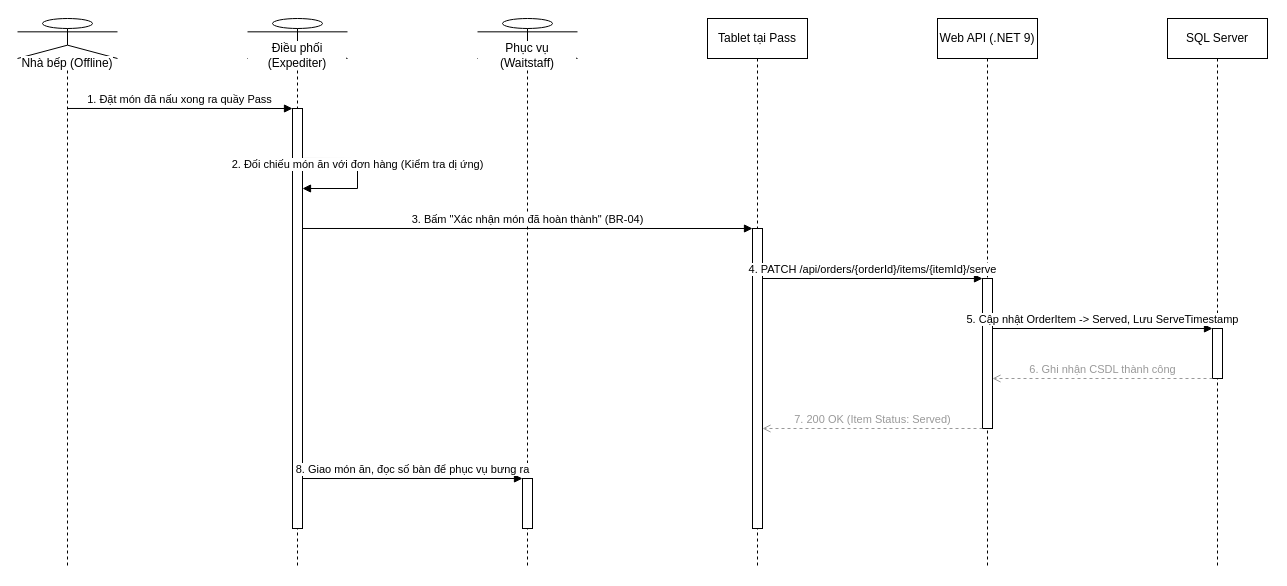
This is docs/phase1/drawio/sd03_serving_confirmation.drawio from AndrewQng/VinDining, a draw.io file, before an edit. Source tidied: cells renumbered, new cells numbered last; positions are measured from the earlier drawing's top-left corner, leaving out a move shared by most shapes. Both pictures are drawn from the tidied source at 100%, with x=0, y=0 at pixel (17, 18).
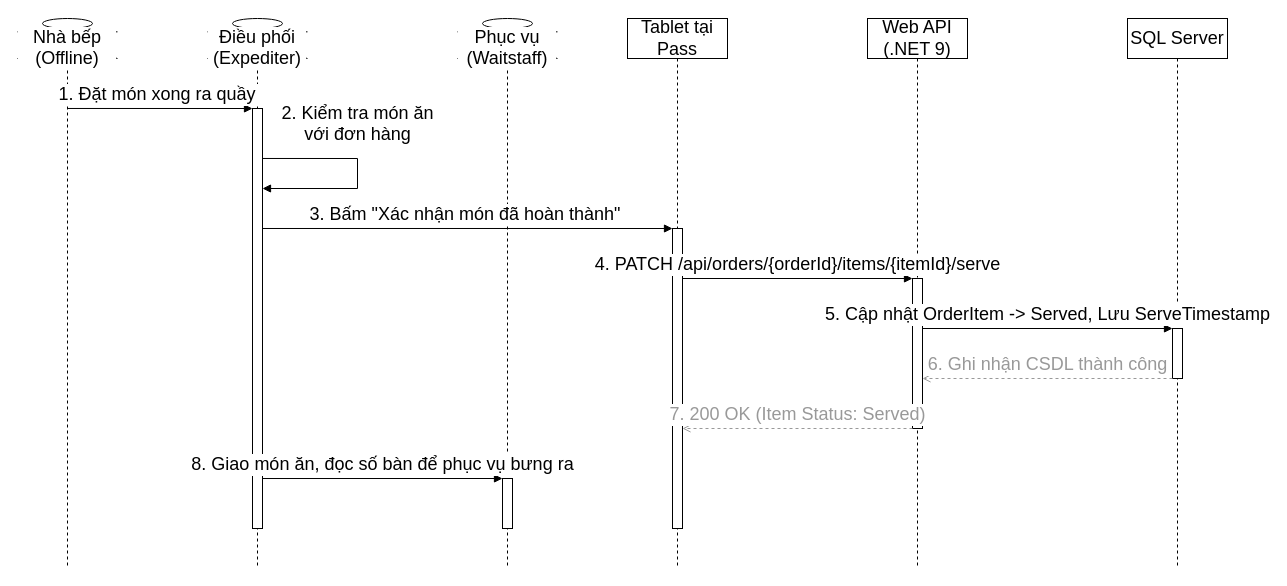
The same page after the edit.

What changed in the source:
```diff
@@
-    <mxCell id="2" value="Nhà bếp (Offline)" style="shape=umlLifeline;perimeter=lifelinePerimeter;whiteSpace=wrap;html=1;outlineConnect=0;portConstraint=eastwest;size=40;participant=umlActor;verticalAlign=bottom;spacingBottom=-14;labelBackgroundColor=#ffffff;" parent="1" vertex="1">
+    <mxCell id="2" value="Nhà bếp (Offline)" style="shape=umlLifeline;perimeter=lifelinePerimeter;whiteSpace=wrap;html=1;outlineConnect=0;portConstraint=eastwest;size=40;participant=umlActor;verticalAlign=bottom;spacingBottom=-14;labelBackgroundColor=#ffffff;fontSize=18;" parent="1" vertex="1">
       <mxGeometry width="100" height="550" as="geometry" />
     </mxCell>
-    <mxCell id="3" value="Điều phối (Expediter)" style="shape=umlLifeline;perimeter=lifelinePerimeter;whiteSpace=wrap;html=1;size=40;participant=umlActor;verticalAlign=bottom;spacingBottom=-14;labelBackgroundColor=#ffffff;" parent="1" vertex="1">
-      <mxGeometry x="230" width="100" height="550" as="geometry" />
+    <mxCell id="3" value="Điều phối (Expediter)" style="shape=umlLifeline;perimeter=lifelinePerimeter;whiteSpace=wrap;html=1;size=40;participant=umlActor;verticalAlign=bottom;spacingBottom=-14;labelBackgroundColor=#ffffff;fontSize=18;" parent="1" vertex="1">
+      <mxGeometry x="190" width="100" height="550" as="geometry" />
     </mxCell>
+    <mxCell id="10" style="html=1;points=[];perimeter=orthogonalPerimeter;outlineConnect=0;fillColor=#ffffff;fontSize=18;" parent="3" vertex="1">
+      <mxGeometry x="45" y="90" width="10" height="420" as="geometry" />
+    </mxCell>
-    <mxCell id="4" value="Phục vụ (Waitstaff)" style="shape=umlLifeline;perimeter=lifelinePerimeter;whiteSpace=wrap;html=1;size=40;participant=umlActor;verticalAlign=bottom;spacingBottom=-14;labelBackgroundColor=#ffffff;" parent="1" vertex="1">
-      <mxGeometry x="460" width="100" height="550" as="geometry" />
+    <mxCell id="4" value="Phục vụ (Waitstaff)" style="shape=umlLifeline;perimeter=lifelinePerimeter;whiteSpace=wrap;html=1;size=40;participant=umlActor;verticalAlign=bottom;spacingBottom=-14;labelBackgroundColor=#ffffff;fontSize=18;" parent="1" vertex="1">
+      <mxGeometry x="440" width="100" height="550" as="geometry" />
     </mxCell>
+    <mxCell id="12" style="html=1;points=[];perimeter=orthogonalPerimeter;outlineConnect=0;fillColor=#ffffff;fontSize=18;" parent="4" vertex="1">
+      <mxGeometry x="45" y="460" width="10" height="50" as="geometry" />
+    </mxCell>
-    <mxCell id="5" value="Tablet tại Pass" style="shape=umlLifeline;perimeter=lifelinePerimeter;whiteSpace=wrap;html=1;size=40;" parent="1" vertex="1">
-      <mxGeometry x="690" width="100" height="550" as="geometry" />
+    <mxCell id="5" value="Tablet tại Pass" style="shape=umlLifeline;perimeter=lifelinePerimeter;whiteSpace=wrap;html=1;size=40;fontSize=18;" parent="1" vertex="1">
+      <mxGeometry x="610" width="100" height="550" as="geometry" />
     </mxCell>
+    <mxCell id="11" style="html=1;points=[];perimeter=orthogonalPerimeter;outlineConnect=0;fillColor=#ffffff;fontSize=18;" parent="5" vertex="1">
+      <mxGeometry x="45" y="210" width="10" height="300" as="geometry" />
+    </mxCell>
-    <mxCell id="6" value="Web API (.NET 9)" style="shape=umlLifeline;perimeter=lifelinePerimeter;whiteSpace=wrap;html=1;size=40;" parent="1" vertex="1">
-      <mxGeometry x="920" width="100" height="550" as="geometry" />
+    <mxCell id="6" value="Web API (.NET 9)" style="shape=umlLifeline;perimeter=lifelinePerimeter;whiteSpace=wrap;html=1;size=40;fontSize=18;" parent="1" vertex="1">
+      <mxGeometry x="850" width="100" height="550" as="geometry" />
     </mxCell>
+    <mxCell id="9" style="html=1;points=[];perimeter=orthogonalPerimeter;outlineConnect=0;fillColor=#ffffff;fontSize=18;" parent="6" vertex="1">
+      <mxGeometry x="45" y="260" width="10" height="150" as="geometry" />
+    </mxCell>
-    <mxCell id="7" value="SQL Server" style="shape=umlLifeline;perimeter=lifelinePerimeter;whiteSpace=wrap;html=1;size=40;" parent="1" vertex="1">
-      <mxGeometry x="1150" width="100" height="550" as="geometry" />
+    <mxCell id="7" value="SQL Server" style="shape=umlLifeline;perimeter=lifelinePerimeter;whiteSpace=wrap;html=1;size=40;fontSize=18;" parent="1" vertex="1">
+      <mxGeometry x="1110" width="100" height="550" as="geometry" />
     </mxCell>
-    <mxCell id="8" style="html=1;points=[];perimeter=orthogonalPerimeter;outlineConnect=0;fillColor=#ffffff;" parent="7" vertex="1">
+    <mxCell id="8" style="html=1;points=[];perimeter=orthogonalPerimeter;outlineConnect=0;fillColor=#ffffff;fontSize=18;" parent="7" vertex="1">
       <mxGeometry x="45" y="310" width="10" height="50" as="geometry" />
     </mxCell>
-    <mxCell id="9" style="html=1;points=[];perimeter=orthogonalPerimeter;outlineConnect=0;fillColor=#ffffff;" parent="6" vertex="1">
-      <mxGeometry x="45" y="260" width="10" height="150" as="geometry" />
-    </mxCell>
-    <mxCell id="10" style="html=1;points=[];perimeter=orthogonalPerimeter;outlineConnect=0;fillColor=#ffffff;" parent="3" vertex="1">
-      <mxGeometry x="45" y="90" width="10" height="420" as="geometry" />
-    </mxCell>
-    <mxCell id="11" style="html=1;points=[];perimeter=orthogonalPerimeter;outlineConnect=0;fillColor=#ffffff;" parent="5" vertex="1">
-      <mxGeometry x="45" y="210" width="10" height="300" as="geometry" />
-    </mxCell>
-    <mxCell id="12" style="html=1;points=[];perimeter=orthogonalPerimeter;outlineConnect=0;fillColor=#ffffff;" parent="4" vertex="1">
-      <mxGeometry x="45" y="460" width="10" height="50" as="geometry" />
-    </mxCell>
-    <mxCell id="13" value="1. Đặt món đã nấu xong ra quầy Pass" style="html=1;verticalAlign=bottom;endArrow=block;curved=0;rounded=0;exitX=0.5;exitY=0.1636;entryX=0;entryY=0.0;" parent="1" edge="1" source="2" target="10">
+    <mxCell id="13" value="1. Đặt món xong ra quầy&amp;nbsp;" style="html=1;verticalAlign=bottom;endArrow=block;curved=0;rounded=0;exitX=0.5;exitY=0.1636;entryX=0;entryY=0.0;fontSize=18;" parent="1" edge="1" source="2" target="10">
       <mxGeometry relative="1" as="geometry" />
     </mxCell>
-    <mxCell id="14" value="2. Đối chiếu món ăn với đơn hàng (Kiểm tra dị ứng)" style="html=1;verticalAlign=bottom;endArrow=block;curved=0;rounded=0;exitX=1;exitY=0.119;entryX=1;entryY=0.1905;" parent="1" edge="1" source="10" target="10">
-      <mxGeometry relative="1" as="geometry">
+    <mxCell id="14" value="2. Kiểm tra món ăn&lt;div&gt;&amp;nbsp;với đơn hàng&amp;nbsp;&lt;/div&gt;" style="html=1;verticalAlign=bottom;endArrow=block;curved=0;rounded=0;exitX=1;exitY=0.119;entryX=1;entryY=0.1905;fontSize=18;" parent="1" edge="1" source="10" target="10">
+      <mxGeometry x="-0.14" y="10" relative="1" as="geometry">
         <Array as="points">
           <mxPoint x="340" y="140" />
           <mxPoint x="340" y="170" />
         </Array>
+        <mxPoint x="-10" y="-10" as="offset" />
       </mxGeometry>
     </mxCell>
-    <mxCell id="15" value="3. Bấm &quot;Xác nhận món đã hoàn thành&quot; (BR-04)" style="html=1;verticalAlign=bottom;endArrow=block;curved=0;rounded=0;exitX=1;exitY=0.2857;entryX=0;entryY=0.0;" parent="1" edge="1" source="10" target="11">
+    <mxCell id="15" value="3. Bấm &quot;Xác nhận món đã hoàn thành&quot;&amp;nbsp;" style="html=1;verticalAlign=bottom;endArrow=block;curved=0;rounded=0;exitX=1;exitY=0.2857;entryX=0;entryY=0.0;fontSize=18;" parent="1" edge="1" source="10" target="11">
       <mxGeometry relative="1" as="geometry" />
     </mxCell>
-    <mxCell id="16" value="4. PATCH /api/orders/{orderId}/items/{itemId}/serve" style="html=1;verticalAlign=bottom;endArrow=block;curved=0;rounded=0;exitX=1;exitY=0.1667;entryX=0;entryY=0.0;" parent="1" edge="1" source="11" target="9">
+    <mxCell id="16" value="4. PATCH /api/orders/{orderId}/items/{itemId}/serve" style="html=1;verticalAlign=bottom;endArrow=block;curved=0;rounded=0;exitX=1;exitY=0.1667;entryX=0;entryY=0.0;fontSize=18;" parent="1" edge="1" source="11" target="9">
       <mxGeometry relative="1" as="geometry" />
     </mxCell>
-    <mxCell id="17" value="5. Cập nhật OrderItem -&gt; Served, Lưu ServeTimestamp" style="html=1;verticalAlign=bottom;endArrow=block;curved=0;rounded=0;exitX=1;exitY=0.3333;entryX=0;entryY=0.0;" parent="1" edge="1" source="9" target="8">
+    <mxCell id="17" value="5. Cập nhật OrderItem -&amp;gt; Served, Lưu ServeTimestamp" style="html=1;verticalAlign=bottom;endArrow=block;curved=0;rounded=0;exitX=1;exitY=0.3333;entryX=0;entryY=0.0;fontSize=18;" parent="1" edge="1" source="9" target="8">
       <mxGeometry relative="1" as="geometry" />
     </mxCell>
-    <mxCell id="18" value="6. Ghi nhận CSDL thành công" style="html=1;verticalAlign=bottom;endArrow=open;dashed=1;curved=0;rounded=0;strokeColor=#999999;fontColor=#999999;exitX=0;exitY=1.0;entryX=1;entryY=0.6667;" parent="1" edge="1" source="8" target="9">
+    <mxCell id="18" value="6. Ghi nhận CSDL thành công" style="html=1;verticalAlign=bottom;endArrow=open;dashed=1;curved=0;rounded=0;strokeColor=#999999;fontColor=#999999;exitX=0;exitY=1.0;entryX=1;entryY=0.6667;fontSize=18;" parent="1" edge="1" source="8" target="9">
       <mxGeometry relative="1" as="geometry" />
     </mxCell>
-    <mxCell id="19" value="7. 200 OK (Item Status: Served)" style="html=1;verticalAlign=bottom;endArrow=open;dashed=1;curved=0;rounded=0;strokeColor=#999999;fontColor=#999999;exitX=0;exitY=1.0;entryX=1;entryY=0.6667;" parent="1" edge="1" source="9" target="11">
+    <mxCell id="19" value="7. 200 OK (Item Status: Served)" style="html=1;verticalAlign=bottom;endArrow=open;dashed=1;curved=0;rounded=0;strokeColor=#999999;fontColor=#999999;exitX=0;exitY=1.0;entryX=1;entryY=0.6667;fontSize=18;" parent="1" edge="1" source="9" target="11">
       <mxGeometry relative="1" as="geometry" />
     </mxCell>
-    <mxCell id="20" value="8. Giao món ăn, đọc số bàn để phục vụ bưng ra" style="html=1;verticalAlign=bottom;endArrow=block;curved=0;rounded=0;exitX=1;exitY=0.881;entryX=0;entryY=0.0;" parent="1" edge="1" source="10" target="12">
+    <mxCell id="20" value="8. Giao món ăn, đọc số bàn để phục vụ bưng ra" style="html=1;verticalAlign=bottom;endArrow=block;curved=0;rounded=0;exitX=1;exitY=0.881;entryX=0;entryY=0.0;fontSize=18;" parent="1" edge="1" source="10" target="12">
       <mxGeometry relative="1" as="geometry" />
     </mxCell>
```
